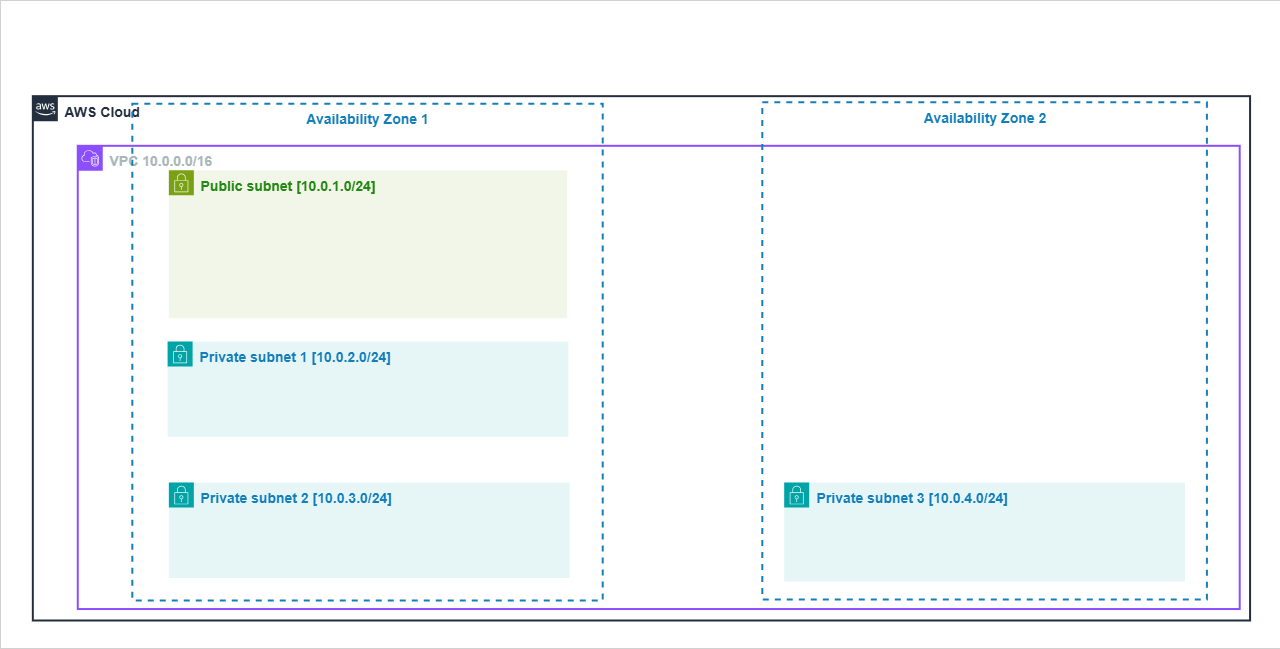
dickson-ank/tier3topology_aws keeps this draw.io diagram as public/draw.io.vpc-subnet-base.png. Above is the earlier version. Source tidied: cells renumbered, new cells last; positions are measured from the earlier drawing's top-left corner, leaving out a move shared by most shapes.
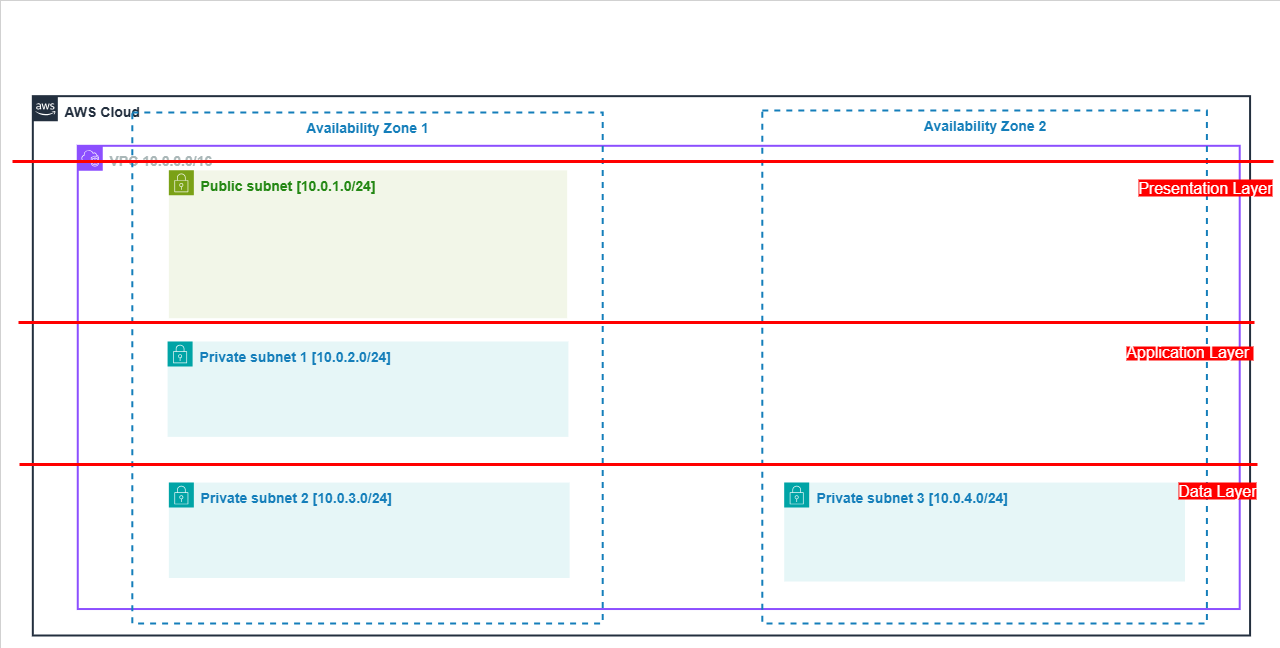
The same diagram one commit later.

What changed in the source:
```diff
@@ -6,13 +6,13 @@
       <mxGeometry width="1280" height="648" as="geometry" />
     </mxCell>
     <mxCell id="3" value="AWS Cloud" style="gradientColor=none;html=1;whiteSpace=wrap;fontSize=14;fontStyle=1;shape=mxgraph.aws4.group;grIcon=mxgraph.aws4.group_aws_cloud_alt;strokeColor=#232F3E;fillColor=none;verticalAlign=top;align=left;spacingLeft=30;fontColor=#232F3E;dashed=0;rounded=0;strokeWidth=2;" parent="1" vertex="1">
-      <mxGeometry x="32.3" y="95.7" width="1217.2" height="524.3" as="geometry" />
+      <mxGeometry x="32.3" y="95.7" width="1217.2" height="539.3" as="geometry" />
     </mxCell>
     <mxCell id="4" value="VPC 10.0.0.0/16" style="gradientColor=none;html=1;whiteSpace=wrap;fontSize=14;fontStyle=1;shape=mxgraph.aws4.group;grIcon=mxgraph.aws4.group_vpc2;strokeColor=#8C4FFF;fillColor=none;verticalAlign=top;align=left;spacingLeft=30;fontColor=light-dark(#AAB7B8, #b17dff);dashed=0;rounded=0;strokeWidth=2;" parent="1" vertex="1">
       <mxGeometry x="77.3" y="145.3" width="1162" height="463.2" as="geometry" />
     </mxCell>
     <mxCell id="5" value="Availability Zone 1" style="fillColor=none;strokeColor=#147EBA;dashed=1;verticalAlign=top;fontStyle=1;fontColor=#147EBA;whiteSpace=wrap;html=1;rounded=0;fontSize=14;strokeWidth=2;" parent="1" vertex="1">
-      <mxGeometry x="131.8" y="103.3" width="470.4" height="496.7" as="geometry" />
+      <mxGeometry x="131.8" y="112" width="470.4" height="511" as="geometry" />
     </mxCell>
     <mxCell id="6" value="Public subnet [10.0.1.0/24]" style="gradientColor=none;html=1;whiteSpace=wrap;fontSize=14;fontStyle=1;shape=mxgraph.aws4.group;grIcon=mxgraph.aws4.group_security_group;grStroke=0;strokeColor=#7AA116;fillColor=#F2F6E8;verticalAlign=top;align=left;spacingLeft=30;fontColor=#248814;dashed=0;rounded=0;strokeWidth=3;" parent="1" vertex="1">
       <mxGeometry x="168.4" y="169.8" width="398.3" height="147.9" as="geometry" />
@@ -24,10 +24,19 @@
       <mxGeometry x="168.4" y="482.1" width="400.8" height="95.4" as="geometry" />
     </mxCell>
     <mxCell id="9" value="Availability Zone 2" style="fillColor=none;strokeColor=#147EBA;dashed=1;verticalAlign=top;fontStyle=1;fontColor=#147EBA;whiteSpace=wrap;html=1;rounded=0;fontSize=14;strokeWidth=2;perimeterSpacing=0;glass=0;shadow=0;" parent="1" vertex="1">
-      <mxGeometry x="761.8" y="101.7" width="444.6" height="497.3" as="geometry" />
+      <mxGeometry x="761.8" y="110" width="444.6" height="513" as="geometry" />
     </mxCell>
     <mxCell id="10" value="Private subnet 3 [10.0.4.0/24]" style="gradientColor=none;html=1;whiteSpace=wrap;fontSize=14;fontStyle=1;shape=mxgraph.aws4.group;grIcon=mxgraph.aws4.group_security_group;grStroke=0;strokeColor=#00A4A6;fillColor=#E6F6F7;verticalAlign=top;align=left;spacingLeft=30;fontColor=#147EBA;dashed=0;rounded=0;" parent="1" vertex="1">
       <mxGeometry x="783.7" y="482.1" width="400.8" height="98.9" as="geometry" />
     </mxCell>
+    <mxCell id="11" value="&lt;font style=&quot;background-color: rgb(255, 0, 0); color: rgb(255, 255, 255); font-size: 16px;&quot;&gt;Data Layer&lt;/font&gt;" style="verticalLabelPosition=bottom;shadow=0;dashed=0;align=right;html=1;verticalAlign=top;strokeWidth=3;shape=mxgraph.mockup.markup.line;strokeColor=#FF0000;" parent="1" vertex="1">
+      <mxGeometry x="19" y="454" width="1238" height="20" as="geometry" />
+    </mxCell>
+    <mxCell id="12" value="&lt;div style=&quot;&quot;&gt;&lt;span style=&quot;background-color: rgb(255, 0, 0);&quot;&gt;&lt;font style=&quot;color: rgb(255, 255, 255); font-size: 16px;&quot;&gt;Application Layer&amp;nbsp;&lt;/font&gt;&lt;/span&gt;&lt;/div&gt;" style="verticalLabelPosition=bottom;shadow=0;dashed=0;align=right;html=1;verticalAlign=top;strokeWidth=3;shape=mxgraph.mockup.markup.line;strokeColor=#FF0000;" parent="1" vertex="1">
+      <mxGeometry x="18" y="309" width="1236" height="26" as="geometry" />
+    </mxCell>
+    <mxCell id="13" value="&lt;blockquote style=&quot;margin: 0 0 0 40px; border: none; padding: 0px;&quot;&gt;&lt;blockquote style=&quot;margin: 0 0 0 40px; border: none; padding: 0px;&quot;&gt;&lt;font style=&quot;background-color: rgb(255, 0, 0); color: rgb(255, 255, 255); font-size: 16px;&quot;&gt;Presentation Layer&lt;/font&gt;&lt;/blockquote&gt;&lt;/blockquote&gt;" style="verticalLabelPosition=bottom;shadow=0;dashed=0;align=right;html=1;verticalAlign=top;strokeWidth=3;shape=mxgraph.mockup.markup.line;strokeColor=#FF0000;fontColor=#FF0000;" parent="1" vertex="1">
+      <mxGeometry x="12" y="151" width="1261" height="20" as="geometry" />
+    </mxCell>
   </root>
 </mxGraphModel>
```
